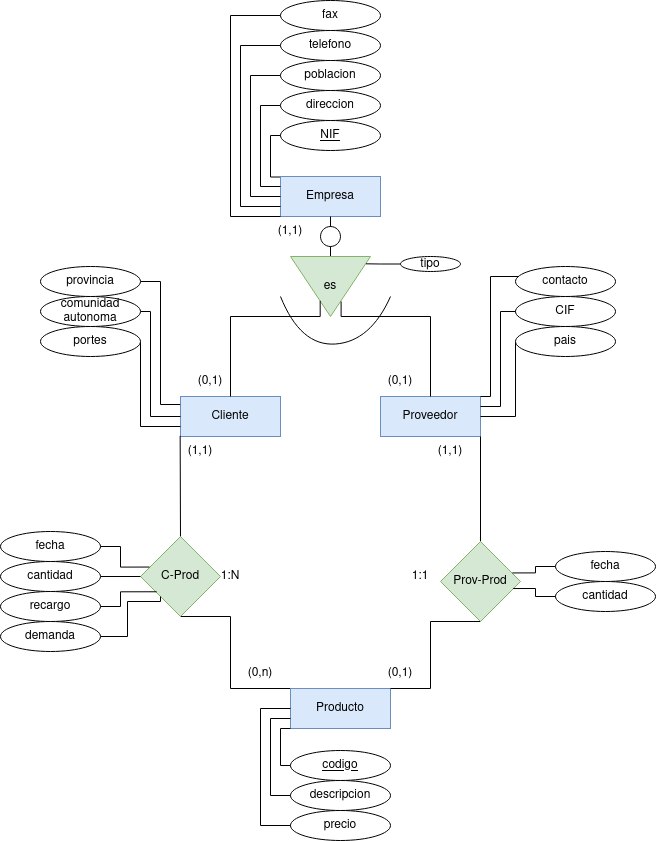
The draw.io diagram Unidad_1/Tareas/Tareas_entregables/Tarea_4/Empresa.drawio.png in OxideVanadium/base_de_datos, before a commit. Source tidied: cells renumbered, new cells last; positions are measured from the earlier drawing's top-left corner, leaving out a move shared by most shapes.
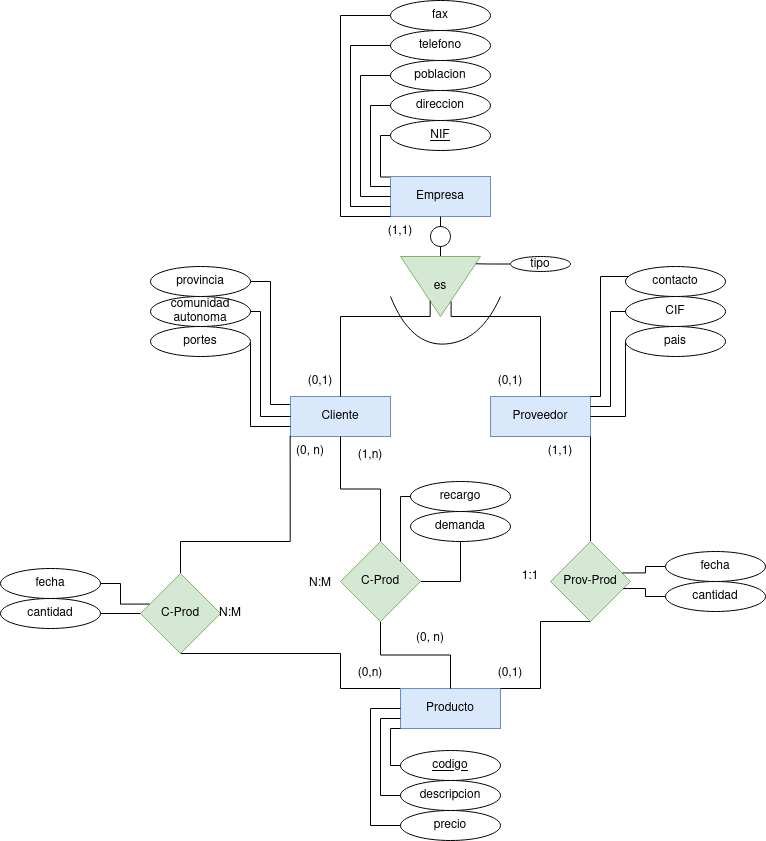
Above is the later version.

The edit, as a diff of the source:
```diff
@@ -182,7 +182,7 @@
       </mxGeometry>
     </mxCell>
     <mxCell id="38" value="C-Prod" style="rhombus;whiteSpace=wrap;html=1;fillColor=#d5e8d4;strokeColor=#82b366;" parent="1" vertex="1">
-      <mxGeometry x="140" y="536" width="80" height="80" as="geometry" />
+      <mxGeometry x="30" y="573" width="80" height="80" as="geometry" />
     </mxCell>
     <mxCell id="39" style="edgeStyle=orthogonalEdgeStyle;rounded=0;jettySize=auto;html=1;entryX=-0.004;entryY=0.013;entryDx=0;entryDy=0;entryPerimeter=0;endArrow=none;endFill=0;" parent="1" edge="1" source="14" target="2">
       <mxGeometry relative="1" as="geometry">
@@ -235,13 +235,13 @@
       </mxGeometry>
     </mxCell>
     <mxCell id="47" value="fecha" style="ellipse;whiteSpace=wrap;html=1;align=center;" parent="1" vertex="1">
-      <mxGeometry y="531" width="100" height="30" as="geometry" />
+      <mxGeometry x="-110" y="568" width="100" height="30" as="geometry" />
     </mxCell>
     <mxCell id="48" style="edgeStyle=orthogonalEdgeStyle;rounded=0;jettySize=auto;html=1;entryX=0;entryY=0.5;entryDx=0;entryDy=0;endArrow=none;endFill=0;" parent="1" edge="1" source="49" target="38">
       <mxGeometry relative="1" as="geometry" />
     </mxCell>
     <mxCell id="49" value="cantidad" style="ellipse;whiteSpace=wrap;html=1;align=center;" parent="1" vertex="1">
-      <mxGeometry y="561" width="100" height="30" as="geometry" />
+      <mxGeometry x="-110" y="598" width="100" height="30" as="geometry" />
     </mxCell>
     <mxCell id="50" value="tipo" style="ellipse;whiteSpace=wrap;html=1;align=center;" parent="1" vertex="1">
       <mxGeometry x="400" y="256" width="60" height="15" as="geometry" />
@@ -270,11 +270,11 @@
     <mxCell id="58" value="(0,n)" style="text;html=1;strokeColor=none;fillColor=none;align=center;verticalAlign=middle;whiteSpace=wrap;rounded=0;" parent="1" vertex="1">
       <mxGeometry x="230" y="658" width="60" height="30" as="geometry" />
     </mxCell>
-    <mxCell id="59" value="(1,1)" style="text;html=1;strokeColor=none;fillColor=none;align=center;verticalAlign=middle;whiteSpace=wrap;rounded=0;" parent="1" vertex="1">
+    <mxCell id="59" value="(0, n)" style="text;html=1;strokeColor=none;fillColor=none;align=center;verticalAlign=middle;whiteSpace=wrap;rounded=0;" parent="1" vertex="1">
       <mxGeometry x="170" y="436" width="60" height="30" as="geometry" />
     </mxCell>
-    <mxCell id="60" value="1:N" style="text;html=1;strokeColor=none;fillColor=none;align=center;verticalAlign=middle;whiteSpace=wrap;rounded=0;" parent="1" vertex="1">
-      <mxGeometry x="200" y="561" width="60" height="30" as="geometry" />
+    <mxCell id="60" value="N:M" style="text;html=1;strokeColor=none;fillColor=none;align=center;verticalAlign=middle;whiteSpace=wrap;rounded=0;" parent="1" vertex="1">
+      <mxGeometry x="90" y="598" width="60" height="30" as="geometry" />
     </mxCell>
     <mxCell id="61" style="edgeStyle=orthogonalEdgeStyle;rounded=0;jettySize=auto;html=1;entryX=0.113;entryY=0.382;entryDx=0;entryDy=0;entryPerimeter=0;endArrow=none;endFill=0;" parent="1" edge="1" source="47" target="38">
       <mxGeometry relative="1" as="geometry" />
@@ -288,23 +288,14 @@
         </Array>
       </mxGeometry>
     </mxCell>
-    <mxCell id="63" style="edgeStyle=orthogonalEdgeStyle;rounded=0;jettySize=auto;html=1;entryX=0.202;entryY=0.691;entryDx=0;entryDy=0;entryPerimeter=0;endArrow=none;endFill=0;exitX=1;exitY=0.5;exitDx=0;exitDy=0;" parent="1" edge="1" source="64" target="38">
-      <mxGeometry relative="1" as="geometry" />
-    </mxCell>
     <mxCell id="64" value="recargo" style="ellipse;whiteSpace=wrap;html=1;align=center;" parent="1" vertex="1">
-      <mxGeometry y="591" width="100" height="30" as="geometry" />
+      <mxGeometry x="300" y="481" width="100" height="30" as="geometry" />
     </mxCell>
-    <mxCell id="65" style="edgeStyle=orthogonalEdgeStyle;rounded=0;jettySize=auto;html=1;entryX=0;entryY=1;entryDx=0;entryDy=0;endArrow=none;endFill=0;" parent="1" edge="1" source="66" target="38">
-      <mxGeometry relative="1" as="geometry">
-        <Array as="points">
-          <mxPoint x="127" y="636" />
-          <mxPoint x="127" y="601" />
-          <mxPoint x="160" y="601" />
-        </Array>
-      </mxGeometry>
-    </mxCell>
+    <mxCell id="71" style="edgeStyle=orthogonalEdgeStyle;rounded=0;jettySize=auto;html=1;entryX=1;entryY=0.5;entryDx=0;entryDy=0;endArrow=none;endFill=0;" parent="1" edge="1" source="66" target="74">
+      <mxGeometry relative="1" as="geometry" />
+    </mxCell>
     <mxCell id="66" value="demanda" style="ellipse;whiteSpace=wrap;html=1;align=center;" parent="1" vertex="1">
-      <mxGeometry y="621" width="100" height="30" as="geometry" />
+      <mxGeometry x="300" y="511" width="100" height="30" as="geometry" />
     </mxCell>
     <mxCell id="67" style="edgeStyle=orthogonalEdgeStyle;rounded=0;jettySize=auto;html=1;entryX=0.898;entryY=0.393;entryDx=0;entryDy=0;entryPerimeter=0;endArrow=none;endFill=0;" parent="1" edge="1" source="68" target="36">
       <mxGeometry relative="1" as="geometry" />
@@ -318,5 +309,30 @@
     <mxCell id="70" style="edgeStyle=orthogonalEdgeStyle;rounded=0;jettySize=auto;html=1;entryX=0.908;entryY=0.588;entryDx=0;entryDy=0;entryPerimeter=0;endArrow=none;endFill=0;" parent="1" edge="1" source="69" target="36">
       <mxGeometry relative="1" as="geometry" />
     </mxCell>
+    <mxCell id="72" style="edgeStyle=orthogonalEdgeStyle;rounded=0;jettySize=auto;html=1;endArrow=none;endFill=0;" parent="1" edge="1" source="74" target="3">
+      <mxGeometry relative="1" as="geometry" />
+    </mxCell>
+    <mxCell id="73" style="edgeStyle=orthogonalEdgeStyle;rounded=0;jettySize=auto;html=1;endArrow=none;endFill=0;" parent="1" edge="1" source="74" target="6">
+      <mxGeometry relative="1" as="geometry" />
+    </mxCell>
+    <mxCell id="74" value="C-Prod" style="rhombus;whiteSpace=wrap;html=1;fillColor=#d5e8d4;strokeColor=#82b366;" parent="1" vertex="1">
+      <mxGeometry x="230" y="541" width="80" height="80" as="geometry" />
+    </mxCell>
+    <mxCell id="75" style="edgeStyle=orthogonalEdgeStyle;rounded=0;jettySize=auto;html=1;entryX=1;entryY=0;entryDx=0;entryDy=0;endArrow=none;endFill=0;" parent="1" edge="1" source="64" target="74">
+      <mxGeometry relative="1" as="geometry">
+        <Array as="points">
+          <mxPoint x="290" y="496" />
+        </Array>
+      </mxGeometry>
+    </mxCell>
+    <mxCell id="76" value="(0, n)" style="text;html=1;strokeColor=none;fillColor=none;align=center;verticalAlign=middle;whiteSpace=wrap;rounded=0;" parent="1" vertex="1">
+      <mxGeometry x="290" y="623" width="60" height="30" as="geometry" />
+    </mxCell>
+    <mxCell id="77" value="(1,n)" style="text;html=1;strokeColor=none;fillColor=none;align=center;verticalAlign=middle;whiteSpace=wrap;rounded=0;" parent="1" vertex="1">
+      <mxGeometry x="230" y="440" width="60" height="30" as="geometry" />
+    </mxCell>
+    <mxCell id="78" value="N:M" style="text;html=1;strokeColor=none;fillColor=none;align=center;verticalAlign=middle;whiteSpace=wrap;rounded=0;" parent="1" vertex="1">
+      <mxGeometry x="180" y="568" width="60" height="30" as="geometry" />
+    </mxCell>
   </root>
 </mxGraphModel>
```
